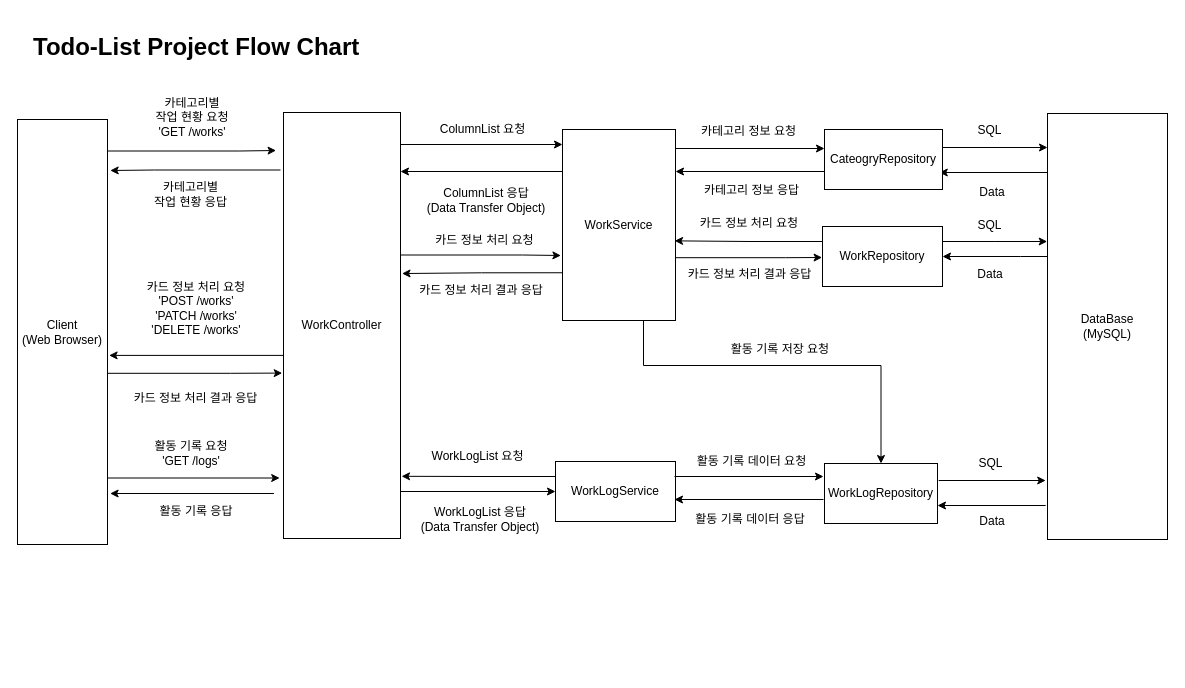
Above: page "Page-8" (8 of 11) of Untitled Diagram.drawio in ikjo93/Class-Diagram (draw.io), before the change. Source tidied: cells renumbered, new cells numbered last; positions are measured from the earlier drawing's top-left corner, leaving out a move shared by most shapes. Both pictures are drawn from the tidied source at 100%, with x=0, y=0 at pixel (17, 27).
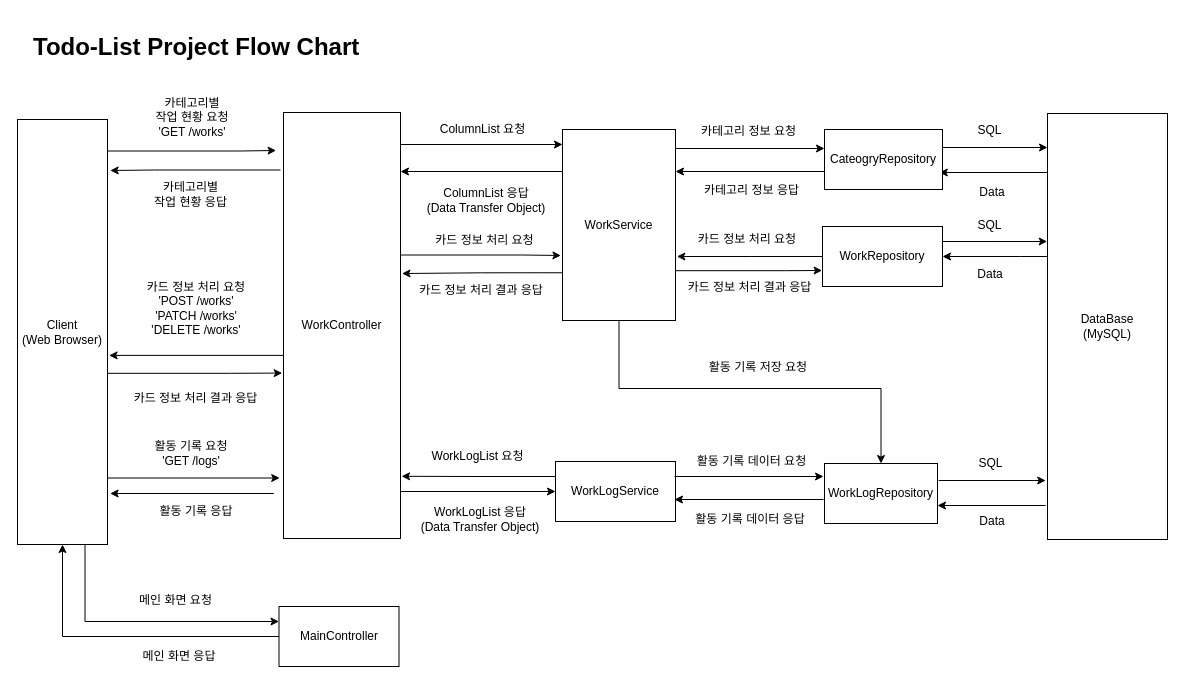
The same diagram, later.

Unchanged cells that the change refers to:
```xml
<mxCell id="5" value="Client&lt;br&gt;(Web Browser)" style="rounded=0;whiteSpace=wrap;html=1;" parent="1" vertex="1">
  <mxGeometry y="92" width="90" height="425" as="geometry" />
</mxCell>
<mxCell id="18" value="WorkService" style="rounded=0;whiteSpace=wrap;html=1;" parent="1" vertex="1">
  <mxGeometry x="545" y="102" width="113" height="191" as="geometry" />
</mxCell>
<mxCell id="39" value="WorkLogRepository" style="rounded=0;whiteSpace=wrap;html=1;" parent="1" vertex="1">
  <mxGeometry x="807" y="436" width="113" height="60" as="geometry" />
</mxCell>
<mxCell id="53" value="WorkRepository" style="rounded=0;whiteSpace=wrap;html=1;" parent="1" vertex="1">
  <mxGeometry x="805" y="199" width="120" height="60" as="geometry" />
</mxCell>
```

Change to the diagram source:
```diff
@@
+    <mxCell id="61" style="edgeStyle=orthogonalEdgeStyle;rounded=0;jettySize=auto;html=1;exitX=0.75;exitY=1;exitDx=0;exitDy=0;entryX=0;entryY=0.25;entryDx=0;entryDy=0;" parent="1" edge="1" source="5" target="64">
+      <mxGeometry relative="1" as="geometry" />
+    </mxCell>
@@
     <mxCell id="15" style="edgeStyle=orthogonalEdgeStyle;rounded=0;orthogonalLoop=1;jettySize=auto;html=1;exitX=1;exitY=0.75;exitDx=0;exitDy=0;" parent="1" edge="1">
       <mxGeometry relative="1" as="geometry">
-        <mxPoint x="658" y="230.2" as="sourcePoint" />
-        <mxPoint x="804.6" y="230" as="targetPoint" />
+        <mxPoint x="658" y="243.2" as="sourcePoint" />
+        <mxPoint x="804.6" y="243" as="targetPoint" />
         <Array as="points">
-          <mxPoint x="768" y="230" />
-          <mxPoint x="768" y="230" />
+          <mxPoint x="768" y="243" />
+          <mxPoint x="768" y="243" />
         </Array>
       </mxGeometry>
     </mxCell>
@@
-    <mxCell id="17" style="edgeStyle=orthogonalEdgeStyle;rounded=0;jettySize=auto;html=1;exitX=1;exitY=0.75;exitDx=0;exitDy=0;entryX=0.5;entryY=0;entryDx=0;entryDy=0;" parent="1" edge="1" source="18" target="39">
+    <mxCell id="17" style="edgeStyle=orthogonalEdgeStyle;rounded=0;jettySize=auto;html=1;entryX=0.5;entryY=0;entryDx=0;entryDy=0;" parent="1" edge="1" source="18" target="39">
       <mxGeometry relative="1" as="geometry">
         <Array as="points">
-          <mxPoint x="658" y="291" />
-          <mxPoint x="626" y="291" />
-          <mxPoint x="626" y="338" />
-          <mxPoint x="864" y="338" />
+          <mxPoint x="602" y="361" />
+          <mxPoint x="864" y="361" />
         </Array>
       </mxGeometry>
     </mxCell>
@@
-    <mxCell id="52" style="edgeStyle=orthogonalEdgeStyle;rounded=0;jettySize=auto;html=1;exitX=0;exitY=0.25;exitDx=0;exitDy=0;entryX=0.992;entryY=0.583;entryDx=0;entryDy=0;entryPerimeter=0;" parent="1" edge="1" source="53" target="18">
-      <mxGeometry relative="1" as="geometry" />
-    </mxCell>
+    <mxCell id="62" style="edgeStyle=orthogonalEdgeStyle;rounded=0;jettySize=auto;html=1;" parent="1" edge="1" source="53">
+      <mxGeometry relative="1" as="geometry">
+        <mxPoint x="659.4" y="229" as="targetPoint" />
+      </mxGeometry>
+    </mxCell>
@@
     <mxCell id="54" value="카드 정보 처리 요청" style="text;html=1;strokeColor=none;fillColor=none;align=center;verticalAlign=middle;whiteSpace=wrap;rounded=0;" parent="1" vertex="1">
-      <mxGeometry x="669.5" y="187" width="124" height="18" as="geometry" />
+      <mxGeometry x="667.5" y="203" width="124" height="18" as="geometry" />
     </mxCell>
     <mxCell id="55" value="카드 정보 처리 결과 응답" style="text;html=1;strokeColor=none;fillColor=none;align=center;verticalAlign=middle;whiteSpace=wrap;rounded=0;" parent="1" vertex="1">
-      <mxGeometry x="658" y="238" width="149" height="18" as="geometry" />
+      <mxGeometry x="658" y="251" width="149" height="18" as="geometry" />
     </mxCell>
@@
     <mxCell id="60" value="활동 기록 저장 요청" style="text;html=1;strokeColor=none;fillColor=none;align=center;verticalAlign=middle;whiteSpace=wrap;rounded=0;" parent="1" vertex="1">
-      <mxGeometry x="697.5" y="307" width="129.5" height="30" as="geometry" />
+      <mxGeometry x="675.5" y="325" width="129.5" height="30" as="geometry" />
     </mxCell>
+    <mxCell id="63" style="edgeStyle=orthogonalEdgeStyle;rounded=0;jettySize=auto;html=1;entryX=0.5;entryY=1;entryDx=0;entryDy=0;" parent="1" edge="1" source="64" target="5">
+      <mxGeometry relative="1" as="geometry" />
+    </mxCell>
+    <mxCell id="64" value="MainController" style="rounded=0;whiteSpace=wrap;html=1;" parent="1" vertex="1">
+      <mxGeometry x="261.5" y="579" width="120" height="60" as="geometry" />
+    </mxCell>
+    <mxCell id="65" value="메인 화면 요청" style="text;html=1;strokeColor=none;fillColor=none;align=center;verticalAlign=middle;whiteSpace=wrap;rounded=0;" parent="1" vertex="1">
+      <mxGeometry x="113.5" y="558" width="88.5" height="30" as="geometry" />
+    </mxCell>
+    <mxCell id="66" value="메인 화면 응답" style="text;html=1;strokeColor=none;fillColor=none;align=center;verticalAlign=middle;whiteSpace=wrap;rounded=0;" parent="1" vertex="1">
+      <mxGeometry x="109.5" y="614" width="103.5" height="30" as="geometry" />
+    </mxCell>
```
